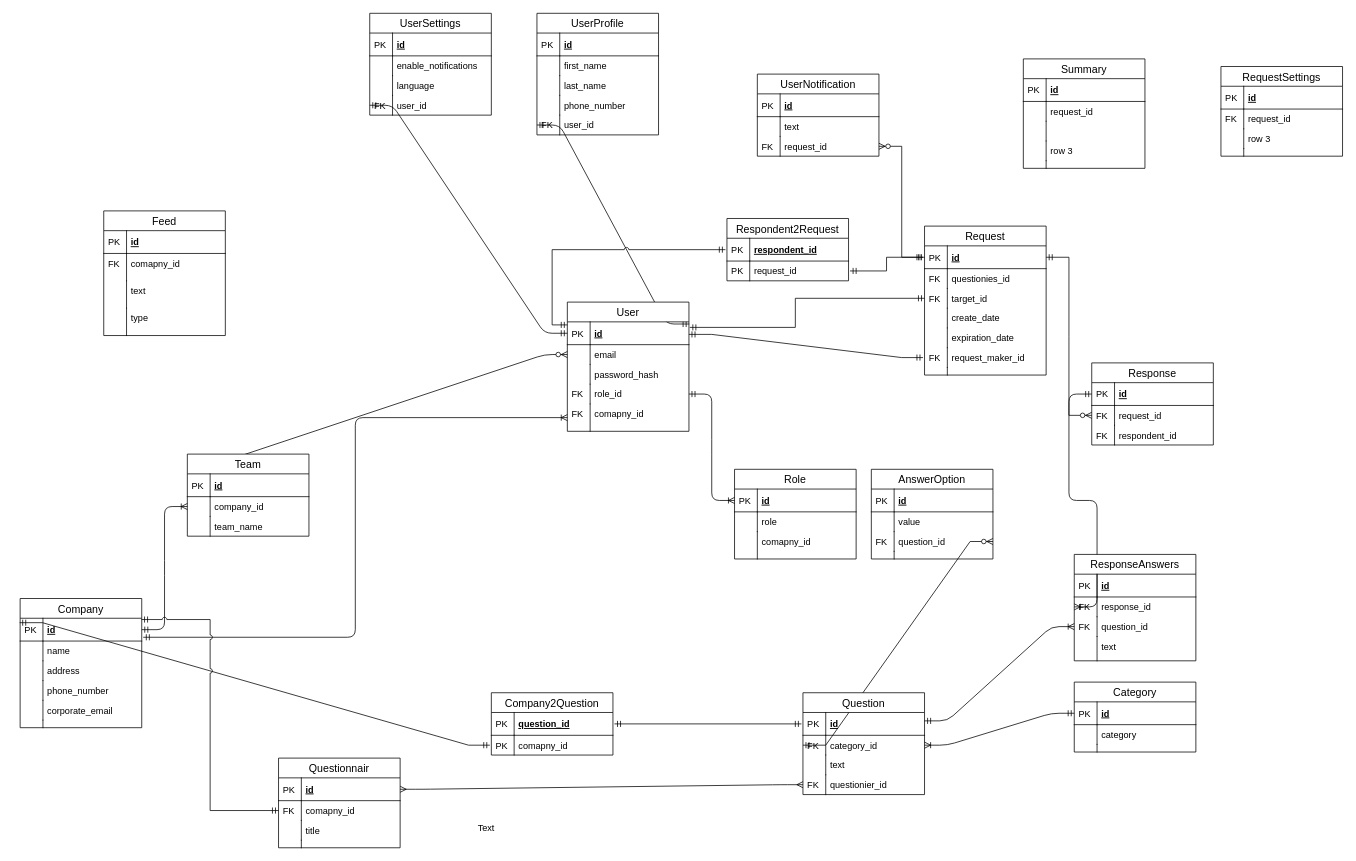
BinaryStudioAcademy/bsa-2020-feedgrabber keeps this draw.io diagram as docs/feedback_db.drawio. Above is the earlier version. Source tidied: cells renumbered, new cells numbered last; positions are measured from the earlier drawing's top-left corner, leaving out a move shared by most shapes. Both pictures are drawn from the tidied source at 76%, with x=0, y=0 at pixel (20, 13).
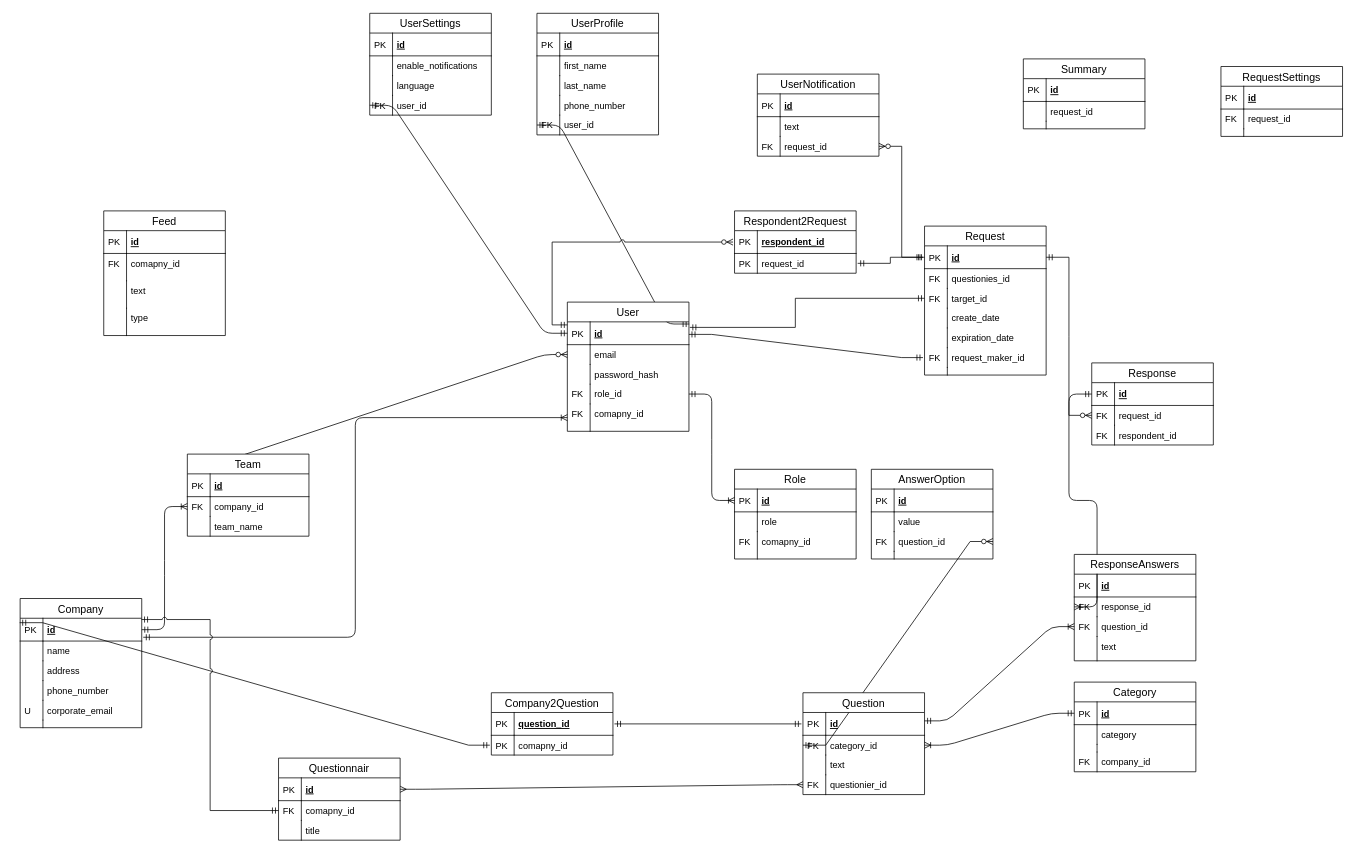
After the change.

Commit message:
Updated foreign keys

The change refers to these unchanged cells:
```xml
<mxCell id="70" value="comapny_id" style="shape=partialRectangle;top=0;left=0;right=0;bottom=0;align=left;verticalAlign=top;fillColor=none;spacingLeft=34;spacingRight=4;overflow=hidden;fontSize=12;" parent="65" vertex="1">
  <mxGeometry y="82" width="160" height="36" as="geometry" />
</mxCell>
<mxCell id="109" value="id" style="shape=partialRectangle;top=0;left=0;right=0;bottom=1;align=left;verticalAlign=middle;fillColor=none;spacingLeft=34;spacingRight=4;overflow=hidden;points=[[0,0.5],[1,0.5]];portConstraint=eastwest;fontStyle=5;fontSize=12;" parent="108" vertex="1">
  <mxGeometry y="26" width="160" height="30" as="geometry" />
</mxCell>
<mxCell id="125" value="company_id" style="shape=partialRectangle;top=0;left=0;right=0;bottom=0;align=left;verticalAlign=top;fillColor=none;spacingLeft=34;spacingRight=4;overflow=hidden;points=[[0,0.5],[1,0.5]];portConstraint=eastwest;fontSize=12;" parent="122" vertex="1">
  <mxGeometry y="56" width="160" height="26" as="geometry" />
</mxCell>
<mxCell id="138" value="corporate_email&#10;" style="shape=partialRectangle;top=0;left=0;right=0;bottom=0;align=left;verticalAlign=top;fillColor=none;spacingLeft=34;spacingRight=4;overflow=hidden;fontSize=12;" parent="129" vertex="1">
  <mxGeometry y="134" width="160" height="26" as="geometry" />
</mxCell>
<mxCell id="187" value="respondent_id" style="shape=partialRectangle;top=0;left=0;right=0;bottom=1;align=left;verticalAlign=middle;fillColor=none;spacingLeft=34;spacingRight=4;overflow=hidden;points=[[0,0.5],[1,0.5]];portConstraint=eastwest;fontStyle=5;fontSize=12;" parent="186" vertex="1">
  <mxGeometry y="26" width="160" height="30" as="geometry" />
</mxCell>
```

The edit, as a diff of the source:
```diff
@@
     <mxCell id="29" value="Summary" style="swimlane;fontStyle=0;horizontal=1;startSize=26;align=center;fontSize=14;" parent="1" vertex="1">
-      <mxGeometry x="1320" y="60" width="160" height="144" as="geometry" />
+      <mxGeometry x="1320" y="60" width="160" height="92" as="geometry" />
     </mxCell>
@@
-    <mxCell id="34" style="shape=partialRectangle;top=0;left=0;right=0;bottom=0;align=left;verticalAlign=top;fillColor=none;spacingLeft=34;spacingRight=4;overflow=hidden;fontSize=12;" parent="29" vertex="1">
-      <mxGeometry y="82" width="160" height="26" as="geometry" />
-    </mxCell>
-    <mxCell id="35" style="shape=partialRectangle;top=0;left=0;bottom=0;fillColor=none;align=left;verticalAlign=top;spacingLeft=4;spacingRight=4;overflow=hidden;fontSize=12;" parent="34" vertex="1">
-      <mxGeometry width="30" height="26" as="geometry" />
-    </mxCell>
-    <mxCell id="36" value="row 3" style="shape=partialRectangle;top=0;left=0;right=0;bottom=0;align=left;verticalAlign=top;fillColor=none;spacingLeft=34;spacingRight=4;overflow=hidden;fontSize=12;" parent="29" vertex="1">
-      <mxGeometry y="108" width="160" height="26" as="geometry" />
-    </mxCell>
-    <mxCell id="37" style="shape=partialRectangle;top=0;left=0;bottom=0;fillColor=none;align=left;verticalAlign=top;spacingLeft=4;spacingRight=4;overflow=hidden;fontSize=12;" parent="36" vertex="1">
-      <mxGeometry width="30" height="26" as="geometry" />
-    </mxCell>
     <mxCell id="38" style="shape=partialRectangle;top=0;left=0;right=0;bottom=0;align=left;verticalAlign=top;fillColor=none;spacingLeft=34;spacingRight=4;overflow=hidden;fontSize=12;" parent="29" vertex="1">
-      <mxGeometry y="134" width="160" height="10" as="geometry" />
+      <mxGeometry y="82" width="160" height="10" as="geometry" />
     </mxCell>
@@
     <mxCell id="41" value="RequestSettings" style="swimlane;fontStyle=0;horizontal=1;startSize=26;align=center;fontSize=14;" parent="1" vertex="1">
-      <mxGeometry x="1580" y="70" width="160" height="118" as="geometry" />
+      <mxGeometry x="1580" y="70" width="160" height="92" as="geometry" />
     </mxCell>
@@
-    <mxCell id="46" value="row 3" style="shape=partialRectangle;top=0;left=0;right=0;bottom=0;align=left;verticalAlign=top;fillColor=none;spacingLeft=34;spacingRight=4;overflow=hidden;fontSize=12;" parent="41" vertex="1">
-      <mxGeometry y="82" width="160" height="26" as="geometry" />
-    </mxCell>
-    <mxCell id="47" style="shape=partialRectangle;top=0;left=0;bottom=0;fillColor=none;align=left;verticalAlign=top;spacingLeft=4;spacingRight=4;overflow=hidden;fontSize=12;" parent="46" vertex="1">
-      <mxGeometry width="30" height="26" as="geometry" />
-    </mxCell>
     <mxCell id="48" style="shape=partialRectangle;top=0;left=0;right=0;bottom=0;align=left;verticalAlign=top;fillColor=none;spacingLeft=34;spacingRight=4;overflow=hidden;fontSize=12;" parent="41" vertex="1">
-      <mxGeometry y="108" width="160" height="10" as="geometry" />
+      <mxGeometry y="82" width="160" height="10" as="geometry" />
     </mxCell>
@@
-    <mxCell id="71" style="shape=partialRectangle;top=0;left=0;bottom=0;fillColor=none;align=left;verticalAlign=top;spacingLeft=4;spacingRight=4;overflow=hidden;fontSize=12;" parent="70" vertex="1">
+    <mxCell id="71" value="FK" style="shape=partialRectangle;top=0;left=0;bottom=0;fillColor=none;align=left;verticalAlign=top;spacingLeft=4;spacingRight=4;overflow=hidden;fontSize=12;" parent="70" vertex="1">
       <mxGeometry width="30" height="36" as="geometry" />
     </mxCell>
@@
     <mxCell id="91" value="Category" style="swimlane;fontStyle=0;horizontal=1;startSize=26;align=center;fontSize=14;" parent="1" vertex="1">
-      <mxGeometry x="1387" y="880" width="160" height="92" as="geometry" />
+      <mxGeometry x="1387" y="880" width="160" height="118" as="geometry" />
     </mxCell>
@@
+    <mxCell id="192" value="company_id" style="shape=partialRectangle;top=0;left=0;right=0;bottom=0;align=left;verticalAlign=top;fillColor=none;spacingLeft=34;spacingRight=4;overflow=hidden;fontSize=12;" parent="91" vertex="1">
+      <mxGeometry y="92" width="160" height="26" as="geometry" />
+    </mxCell>
+    <mxCell id="193" value="FK" style="shape=partialRectangle;top=0;left=0;bottom=0;fillColor=none;align=left;verticalAlign=top;spacingLeft=4;spacingRight=4;overflow=hidden;fontSize=12;" parent="192" vertex="1">
+      <mxGeometry width="30" height="26" as="geometry" />
+    </mxCell>
@@
-    <mxCell id="120" value="Text" style="text;html=1;align=center;verticalAlign=middle;" parent="1" vertex="1">
-      <mxGeometry x="593" y="1062" width="40" height="20" as="geometry" />
-    </mxCell>
@@
-    <mxCell id="126" style="shape=partialRectangle;top=0;left=0;bottom=0;fillColor=none;align=left;verticalAlign=top;spacingLeft=4;spacingRight=4;overflow=hidden;fontSize=12;" parent="125" vertex="1">
+    <mxCell id="126" value="FK" style="shape=partialRectangle;top=0;left=0;bottom=0;fillColor=none;align=left;verticalAlign=top;spacingLeft=4;spacingRight=4;overflow=hidden;fontSize=12;" parent="125" vertex="1">
       <mxGeometry width="30" height="26" as="geometry" />
     </mxCell>
@@
-    <mxCell id="139" style="shape=partialRectangle;top=0;left=0;bottom=0;fillColor=none;align=left;verticalAlign=top;spacingLeft=4;spacingRight=4;overflow=hidden;fontSize=12;" parent="138" vertex="1">
+    <mxCell id="139" value="U" style="shape=partialRectangle;top=0;left=0;bottom=0;fillColor=none;align=left;verticalAlign=top;spacingLeft=4;spacingRight=4;overflow=hidden;fontSize=12;" parent="138" vertex="1">
       <mxGeometry width="30" height="26" as="geometry" />
     </mxCell>
@@
     <mxCell id="142" value="Questionnair" style="swimlane;fontStyle=0;horizontal=1;startSize=26;align=center;fontSize=14;" parent="1" vertex="1">
-      <mxGeometry x="340" y="980" width="160" height="118" as="geometry" />
+      <mxGeometry x="340" y="980" width="160" height="108" as="geometry" />
     </mxCell>
@@
-    <mxCell id="149" style="shape=partialRectangle;top=0;left=0;right=0;bottom=0;align=left;verticalAlign=top;fillColor=none;spacingLeft=34;spacingRight=4;overflow=hidden;fontSize=12;" parent="142" vertex="1">
-      <mxGeometry y="108" width="160" height="10" as="geometry" />
-    </mxCell>
-    <mxCell id="150" style="shape=partialRectangle;top=0;left=0;bottom=0;fillColor=none;align=left;verticalAlign=top;spacingLeft=4;spacingRight=4;overflow=hidden;fontSize=12;" parent="149" vertex="1">
-      <mxGeometry width="30" height="10" as="geometry" />
-    </mxCell>
@@
+    <mxCell id="191" style="edgeStyle=orthogonalEdgeStyle;rounded=0;jumpStyle=arc;jettySize=auto;html=1;entryX=0;entryY=0.133;entryDx=0;entryDy=0;entryPerimeter=0;startArrow=ERzeroToMany;startFill=1;sourcePerimeterSpacing=2;endArrow=ERmandOne;endFill=0;targetPerimeterSpacing=2;" parent="1" edge="1" source="187" target="109">
+      <mxGeometry relative="1" as="geometry" />
+    </mxCell>
     <mxCell id="186" value="Respondent2Request" style="swimlane;fontStyle=0;horizontal=1;startSize=26;align=center;fontSize=14;" parent="1" vertex="1">
-      <mxGeometry x="930" y="270" width="160" height="82" as="geometry" />
+      <mxGeometry x="940" y="260" width="160" height="82" as="geometry" />
     </mxCell>
@@
-    <mxCell id="191" style="edgeStyle=orthogonalEdgeStyle;rounded=0;jumpStyle=arc;jettySize=auto;html=1;entryX=0;entryY=0.133;entryDx=0;entryDy=0;entryPerimeter=0;startArrow=ERmandOne;startFill=0;sourcePerimeterSpacing=2;endArrow=ERmandOne;endFill=0;targetPerimeterSpacing=2;" parent="1" edge="1" source="187" target="109">
-      <mxGeometry relative="1" as="geometry" />
-    </mxCell>
```
